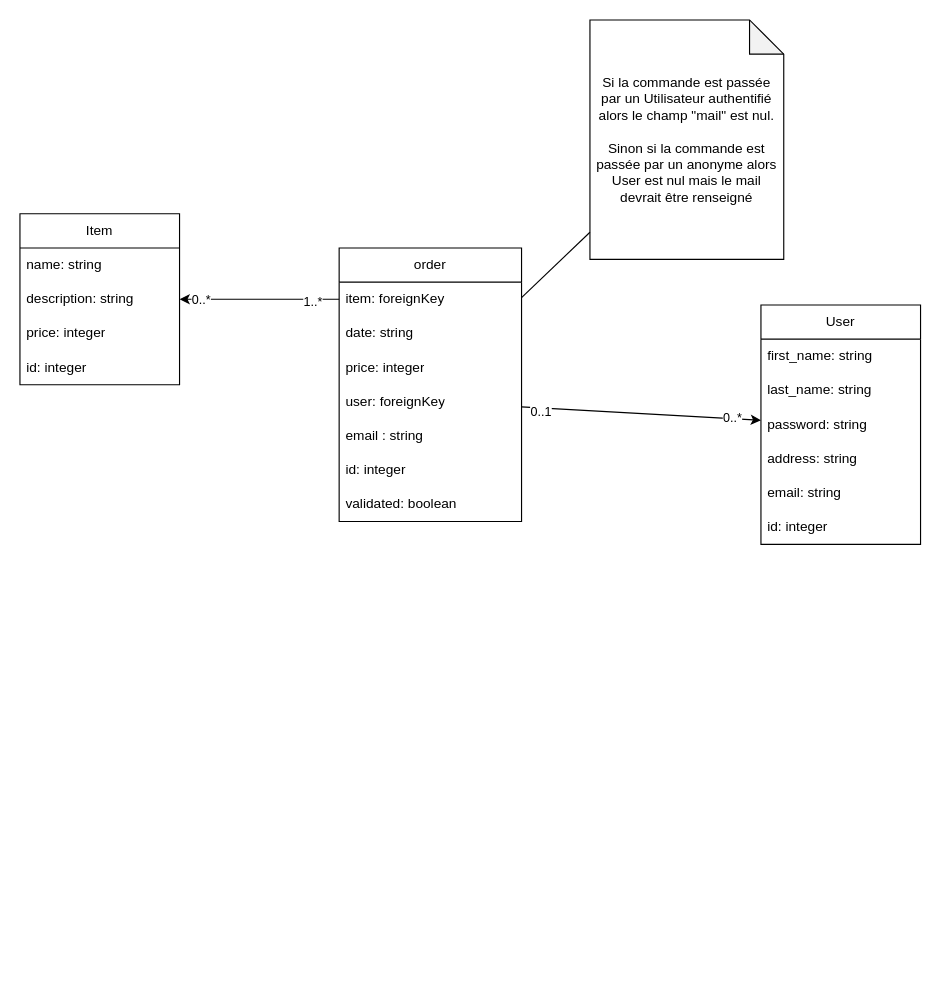
The draw.io diagram mdd.drawio in LouisMaupas/ecom, before the edit. Source tidied: cells renumbered, new cells numbered last; positions are measured from the earlier drawing's top-left corner, leaving out a move shared by most shapes. Both pictures are drawn from the tidied source at 114%, with x=0, y=0 at pixel (19, 19).
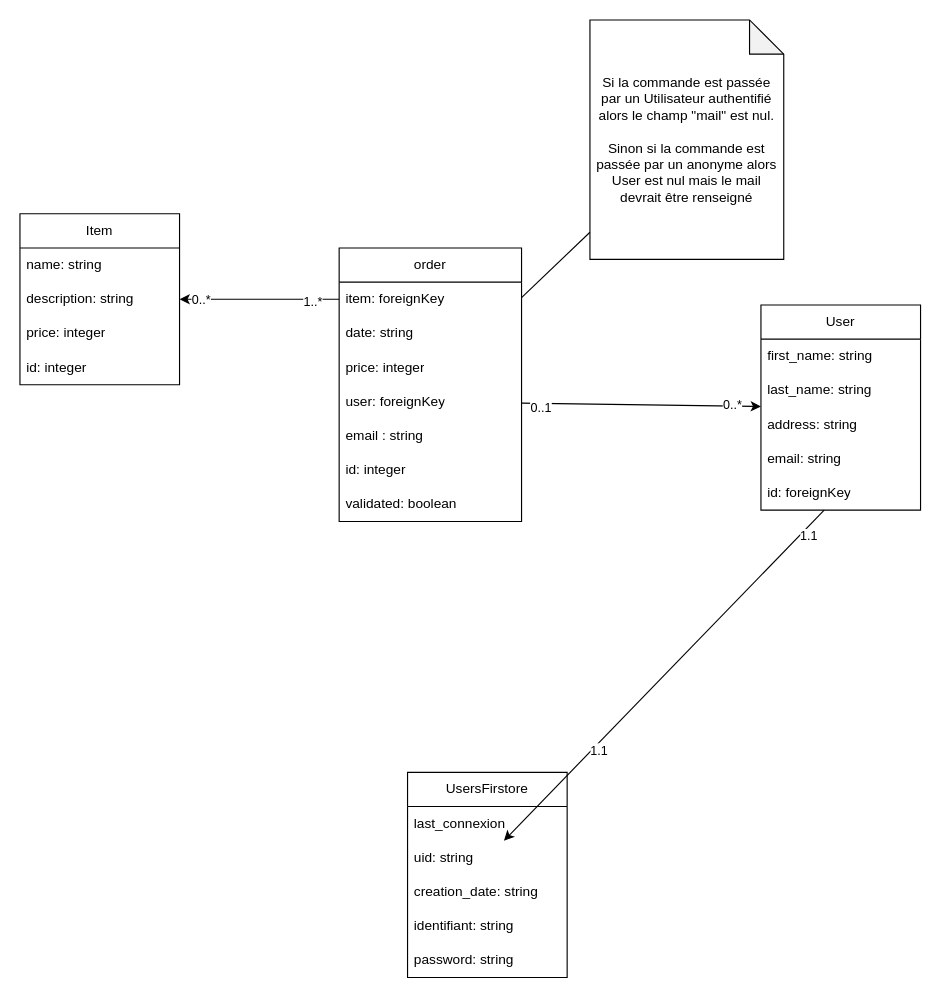
The same page after the edit.

What changed in the source:
```diff
@@
     <mxCell id="7" value="User" style="swimlane;fontStyle=0;horizontal=1;startSize=30;whiteSpace=wrap;html=1;" parent="1" vertex="1">
-      <mxGeometry x="650" y="250" width="140" height="210" as="geometry" />
+      <mxGeometry x="650" y="250" width="140" height="180" as="geometry" />
     </mxCell>
@@
-    <mxCell id="10" value="password: string" style="text;strokeColor=none;fillColor=none;align=left;verticalAlign=middle;spacingLeft=4;spacingRight=4;overflow=hidden;whiteSpace=wrap;html=1;" parent="7" vertex="1">
-      <mxGeometry y="90" width="140" height="30" as="geometry" />
-    </mxCell>
     <mxCell id="11" value="address: string" style="text;strokeColor=none;fillColor=none;align=left;verticalAlign=middle;spacingLeft=4;spacingRight=4;overflow=hidden;whiteSpace=wrap;html=1;" parent="7" vertex="1">
-      <mxGeometry y="120" width="140" height="30" as="geometry" />
+      <mxGeometry y="90" width="140" height="30" as="geometry" />
     </mxCell>
     <mxCell id="12" value="email: string" style="text;strokeColor=none;fillColor=none;align=left;verticalAlign=middle;spacingLeft=4;spacingRight=4;overflow=hidden;whiteSpace=wrap;html=1;" parent="7" vertex="1">
-      <mxGeometry y="150" width="140" height="30" as="geometry" />
+      <mxGeometry y="120" width="140" height="30" as="geometry" />
     </mxCell>
-    <mxCell id="13" value="id: integer" style="text;strokeColor=none;fillColor=none;align=left;verticalAlign=middle;spacingLeft=4;spacingRight=4;overflow=hidden;points=[[0,0.5],[1,0.5]];portConstraint=eastwest;whiteSpace=wrap;html=1;" parent="7" vertex="1">
-      <mxGeometry y="180" width="140" height="30" as="geometry" />
+    <mxCell id="13" value="id: foreignKey" style="text;strokeColor=none;fillColor=none;align=left;verticalAlign=middle;spacingLeft=4;spacingRight=4;overflow=hidden;points=[[0,0.5],[1,0.5]];portConstraint=eastwest;whiteSpace=wrap;html=1;" parent="7" vertex="1">
+      <mxGeometry y="150" width="140" height="30" as="geometry" />
     </mxCell>
@@
+    <mxCell id="30" value="UsersFirstore" style="swimlane;fontStyle=0;horizontal=1;startSize=30;whiteSpace=wrap;html=1;" parent="1" vertex="1">
+      <mxGeometry x="340" y="660" width="140" height="180" as="geometry" />
+    </mxCell>
+    <mxCell id="31" value="last_connexion" style="text;strokeColor=none;fillColor=none;align=left;verticalAlign=middle;spacingLeft=4;spacingRight=4;overflow=hidden;whiteSpace=wrap;html=1;" parent="30" vertex="1">
+      <mxGeometry y="30" width="140" height="30" as="geometry" />
+    </mxCell>
+    <mxCell id="32" value="uid: string" style="text;strokeColor=none;fillColor=none;align=left;verticalAlign=middle;spacingLeft=4;spacingRight=4;overflow=hidden;points=[[0,0.5],[1,0.5]];portConstraint=eastwest;whiteSpace=wrap;html=1;" parent="30" vertex="1">
+      <mxGeometry y="60" width="140" height="30" as="geometry" />
+    </mxCell>
+    <mxCell id="33" value="creation_date: string" style="text;strokeColor=none;fillColor=none;align=left;verticalAlign=middle;spacingLeft=4;spacingRight=4;overflow=hidden;whiteSpace=wrap;html=1;" parent="30" vertex="1">
+      <mxGeometry y="90" width="140" height="30" as="geometry" />
+    </mxCell>
+    <mxCell id="34" value="identifiant: string" style="text;strokeColor=none;fillColor=none;align=left;verticalAlign=middle;spacingLeft=4;spacingRight=4;overflow=hidden;whiteSpace=wrap;html=1;" parent="30" vertex="1">
+      <mxGeometry y="120" width="140" height="30" as="geometry" />
+    </mxCell>
+    <mxCell id="10" value="password: string" style="text;strokeColor=none;fillColor=none;align=left;verticalAlign=middle;spacingLeft=4;spacingRight=4;overflow=hidden;whiteSpace=wrap;html=1;" parent="30" vertex="1">
+      <mxGeometry y="150" width="140" height="30" as="geometry" />
+    </mxCell>
+    <mxCell id="35" style="endArrow=classic;html=1;rounded=0;" parent="1" edge="1" source="13" target="32">
+      <mxGeometry relative="1" as="geometry" />
+    </mxCell>
+    <mxCell id="36" value="1.1" style="edgeLabel;html=1;align=center;verticalAlign=middle;" parent="35" vertex="1">
+      <mxGeometry x="-0.87" y="6" relative="1" as="geometry" />
+    </mxCell>
+    <mxCell id="37" value="1.1" style="edgeLabel;html=1;align=center;verticalAlign=middle;" parent="35" vertex="1">
+      <mxGeometry x="0.43" y="5" relative="1" as="geometry">
+        <mxPoint y="-1" as="offset" />
+      </mxGeometry>
+    </mxCell>
```
